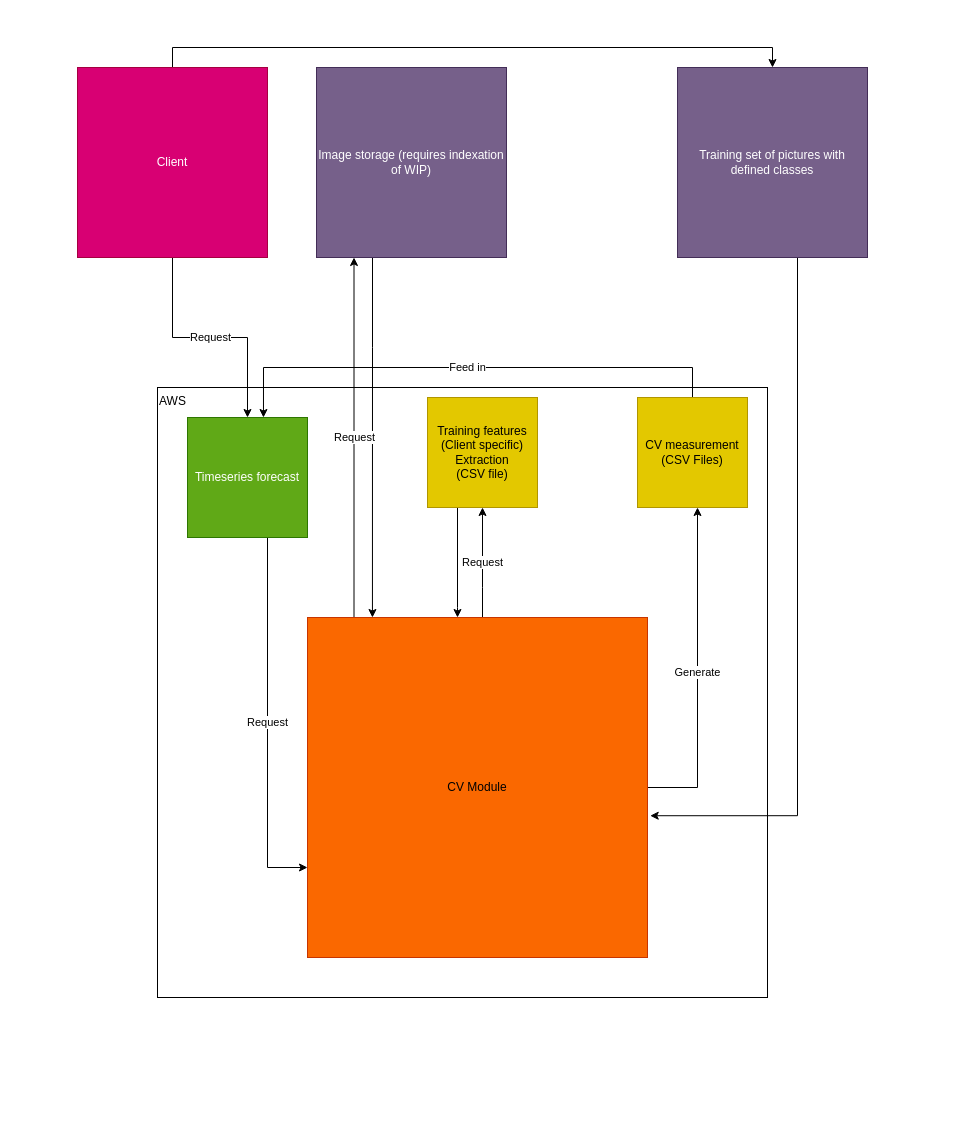
Above: Untitled Diagram.drawio in AlexDracis/WIP (draw.io), before the change. Source tidied: cells renumbered, new cells numbered last; positions are measured from the earlier drawing's top-left corner, leaving out a move shared by most shapes. Both pictures are drawn from the tidied source at 100%, with x=0, y=0 at pixel (77, 47).
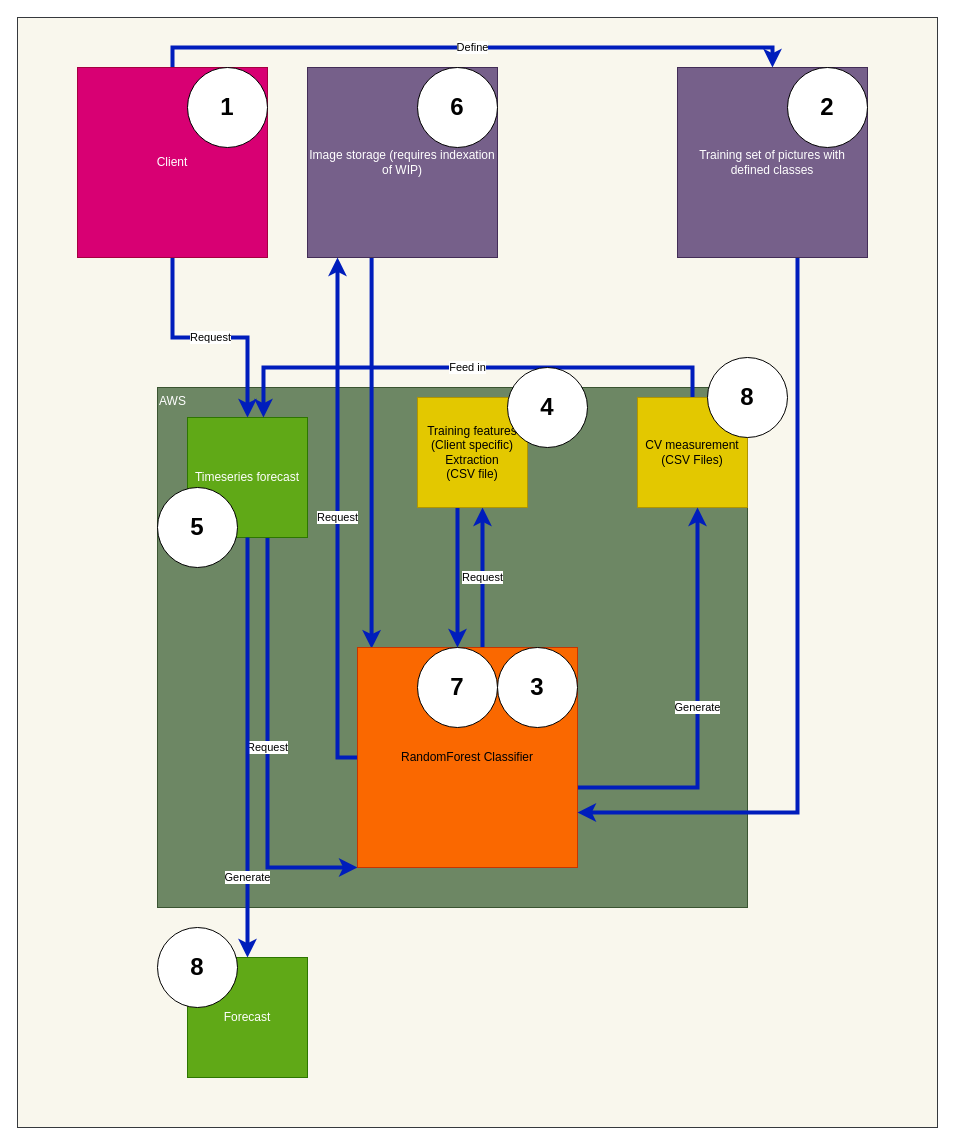
The same page after the edit.

The change refers to these unchanged cells:
```xml
<mxCell id="7" value="Client" style="whiteSpace=wrap;html=1;fillColor=#d80073;fontColor=#ffffff;strokeColor=#A50040;" parent="1" vertex="1">
  <mxGeometry y="20" width="190" height="190" as="geometry" />
</mxCell>
<mxCell id="9" value="Timeseries forecast" style="whiteSpace=wrap;html=1;fillColor=#60a917;fontColor=#ffffff;strokeColor=#2D7600;" parent="1" vertex="1">
  <mxGeometry x="110" y="370" width="120" height="120" as="geometry" />
</mxCell>
<mxCell id="11" value="CV measurement (CSV Files)" style="whiteSpace=wrap;html=1;fillColor=#e3c800;fontColor=#000000;strokeColor=#B09500;" parent="1" vertex="1">
  <mxGeometry x="560" y="350" width="110" height="110" as="geometry" />
</mxCell>
<mxCell id="19" value="Training set of pictures with defined classes" style="whiteSpace=wrap;html=1;fillColor=#76608a;fontColor=#ffffff;strokeColor=#432D57;" parent="1" vertex="1">
  <mxGeometry x="600" y="20" width="190" height="190" as="geometry" />
</mxCell>
```

Diff of the diagram source:
```diff
@@
+    <mxCell id="20" style="rounded=0;whiteSpace=wrap;html=1;fillColor=#f9f7ed;strokeColor=#36393d;" parent="1" vertex="1">
+      <mxGeometry x="-60" y="-30" width="920" height="1110" as="geometry" />
+    </mxCell>
-    <mxCell id="2" value="AWS" style="whiteSpace=wrap;html=1;align=left;verticalAlign=top;" parent="1" vertex="1">
-      <mxGeometry x="80" y="340" width="610" height="610" as="geometry" />
+    <mxCell id="2" value="AWS" style="whiteSpace=wrap;html=1;align=left;verticalAlign=top;fillColor=#6d8764;fontColor=#ffffff;strokeColor=#3A5431;" parent="1" vertex="1">
+      <mxGeometry x="80" y="340" width="590" height="520" as="geometry" />
     </mxCell>
-    <mxCell id="3" style="edgeStyle=orthogonalEdgeStyle;rounded=0;jettySize=auto;html=1;entryX=0.191;entryY=0;entryDx=0;entryDy=0;entryPerimeter=0;" parent="1" edge="1" source="4" target="15">
+    <mxCell id="3" style="edgeStyle=orthogonalEdgeStyle;rounded=0;jettySize=auto;html=1;entryX=0.064;entryY=0.005;entryDx=0;entryDy=0;entryPerimeter=0;fillColor=#0050ef;strokeColor=#001DBC;strokeWidth=4;" parent="1" edge="1" source="4" target="15">
       <mxGeometry relative="1" as="geometry">
         <Array as="points">
-          <mxPoint x="295" y="300" />
           <mxPoint x="295" y="300" />
         </Array>
       </mxGeometry>
     </mxCell>
     <mxCell id="4" value="Image storage (requires indexation of WIP)" style="whiteSpace=wrap;html=1;fillColor=#76608a;fontColor=#ffffff;strokeColor=#432D57;" parent="1" vertex="1">
-      <mxGeometry x="239" y="20" width="190" height="190" as="geometry" />
+      <mxGeometry x="230" y="20" width="190" height="190" as="geometry" />
     </mxCell>
-    <mxCell id="5" value="Request" style="edgeStyle=orthogonalEdgeStyle;rounded=0;jettySize=auto;html=1;" parent="1" edge="1" source="7" target="9">
+    <mxCell id="5" value="Request" style="edgeStyle=orthogonalEdgeStyle;rounded=0;jettySize=auto;html=1;fillColor=#0050ef;strokeColor=#001DBC;strokeWidth=4;" parent="1" edge="1" source="7" target="9">
       <mxGeometry relative="1" as="geometry" />
     </mxCell>
-    <mxCell id="6" style="edgeStyle=orthogonalEdgeStyle;rounded=0;jettySize=auto;html=1;entryX=0.5;entryY=0;entryDx=0;entryDy=0;" parent="1" edge="1" source="7" target="19">
+    <mxCell id="6" value="Define" style="edgeStyle=orthogonalEdgeStyle;rounded=0;jettySize=auto;html=1;entryX=0.5;entryY=0;entryDx=0;entryDy=0;fillColor=#0050ef;strokeColor=#001DBC;strokeWidth=4;" parent="1" edge="1" source="7" target="19">
       <mxGeometry relative="1" as="geometry">
         <Array as="points">
           <mxPoint x="95" />
           <mxPoint x="695" />
         </Array>
       </mxGeometry>
     </mxCell>
@@
-    <mxCell id="8" value="Request" style="edgeStyle=orthogonalEdgeStyle;rounded=0;jettySize=auto;html=1;" parent="1" edge="1" source="9" target="15">
+    <mxCell id="8" value="Request" style="edgeStyle=orthogonalEdgeStyle;rounded=0;jettySize=auto;html=1;fillColor=#0050ef;strokeColor=#001DBC;strokeWidth=4;" parent="1" edge="1" source="9" target="15">
       <mxGeometry relative="1" as="geometry">
         <Array as="points">
           <mxPoint x="190" y="820" />
         </Array>
       </mxGeometry>
     </mxCell>
@@
-    <mxCell id="10" value="Feed in" style="edgeStyle=orthogonalEdgeStyle;rounded=0;jettySize=auto;html=1;entryX=0.633;entryY=0;entryDx=0;entryDy=0;entryPerimeter=0;" parent="1" edge="1" source="11" target="9">
+    <mxCell id="10" value="Feed in" style="edgeStyle=orthogonalEdgeStyle;rounded=0;jettySize=auto;html=1;entryX=0.633;entryY=0;entryDx=0;entryDy=0;entryPerimeter=0;fillColor=#0050ef;strokeColor=#001DBC;strokeWidth=4;" parent="1" edge="1" source="11" target="9">
       <mxGeometry relative="1" as="geometry">
         <Array as="points">
           <mxPoint x="615" y="320" />
           <mxPoint x="186" y="320" />
         </Array>
       </mxGeometry>
     </mxCell>
@@
-    <mxCell id="12" value="Generate" style="edgeStyle=orthogonalEdgeStyle;rounded=0;jettySize=auto;html=1;" parent="1" edge="1" source="15" target="11">
+    <mxCell id="12" value="Generate" style="edgeStyle=orthogonalEdgeStyle;rounded=0;jettySize=auto;html=1;fillColor=#0050ef;strokeColor=#001DBC;strokeWidth=4;" parent="1" edge="1" source="15" target="11">
       <mxGeometry relative="1" as="geometry">
         <Array as="points">
           <mxPoint x="620" y="740" />
         </Array>
       </mxGeometry>
     </mxCell>
-    <mxCell id="13" value="Request" style="edgeStyle=orthogonalEdgeStyle;rounded=0;orthogonalLoop=1;jettySize=auto;html=1;entryX=0.25;entryY=1;entryDx=0;entryDy=0;" parent="1" edge="1">
+    <mxCell id="13" value="Request" style="edgeStyle=orthogonalEdgeStyle;rounded=0;jettySize=auto;html=1;exitX=0;exitY=0.5;exitDx=0;exitDy=0;fillColor=#0050ef;strokeColor=#001DBC;strokeWidth=4;" parent="1" edge="1" source="15" target="4">
       <mxGeometry relative="1" as="geometry">
-        <mxPoint x="276.5" y="570" as="sourcePoint" />
-        <mxPoint x="276.5" y="210" as="targetPoint" />
         <Array as="points">
-          <mxPoint x="277" y="390" />
+          <mxPoint x="260" y="710" />
         </Array>
       </mxGeometry>
     </mxCell>
-    <mxCell id="14" value="Request" style="edgeStyle=orthogonalEdgeStyle;rounded=0;jettySize=auto;html=1;" parent="1" edge="1" source="15" target="17">
+    <mxCell id="14" value="Request" style="edgeStyle=orthogonalEdgeStyle;rounded=0;jettySize=auto;html=1;fillColor=#0050ef;strokeColor=#001DBC;strokeWidth=4;" parent="1" edge="1" source="15" target="17">
       <mxGeometry relative="1" as="geometry">
         <Array as="points">
           <mxPoint x="405" y="540" />
           <mxPoint x="405" y="540" />
         </Array>
       </mxGeometry>
     </mxCell>
-    <mxCell id="15" value="CV Module" style="whiteSpace=wrap;html=1;fillColor=#fa6800;fontColor=#000000;strokeColor=#C73500;" parent="1" vertex="1">
-      <mxGeometry x="230" y="570" width="340" height="340" as="geometry" />
+    <mxCell id="15" value="RandomForest Classifier" style="whiteSpace=wrap;html=1;fillColor=#fa6800;fontColor=#000000;strokeColor=#C73500;" parent="1" vertex="1">
+      <mxGeometry x="280" y="600" width="220" height="220" as="geometry" />
     </mxCell>
-    <mxCell id="16" style="edgeStyle=orthogonalEdgeStyle;rounded=0;jettySize=auto;html=1;" parent="1" edge="1" source="17" target="15">
+    <mxCell id="16" style="edgeStyle=orthogonalEdgeStyle;rounded=0;jettySize=auto;html=1;fillColor=#0050ef;strokeColor=#001DBC;strokeWidth=4;" parent="1" edge="1" source="17" target="15">
       <mxGeometry relative="1" as="geometry">
         <Array as="points">
           <mxPoint x="380" y="560" />
           <mxPoint x="380" y="560" />
         </Array>
       </mxGeometry>
     </mxCell>
     <mxCell id="17" value="Training features (Client specific) Extraction&lt;br&gt;(CSV file)" style="whiteSpace=wrap;html=1;fillColor=#e3c800;fontColor=#000000;strokeColor=#B09500;" parent="1" vertex="1">
-      <mxGeometry x="350" y="350" width="110" height="110" as="geometry" />
+      <mxGeometry x="340" y="350" width="110" height="110" as="geometry" />
     </mxCell>
-    <mxCell id="18" style="edgeStyle=orthogonalEdgeStyle;rounded=0;jettySize=auto;html=1;entryX=1.008;entryY=0.583;entryDx=0;entryDy=0;entryPerimeter=0;" parent="1" edge="1" source="19" target="15">
+    <mxCell id="18" style="edgeStyle=orthogonalEdgeStyle;rounded=0;jettySize=auto;html=1;entryX=1;entryY=0.75;entryDx=0;entryDy=0;fillColor=#0050ef;strokeColor=#001DBC;strokeWidth=4;" parent="1" edge="1" source="19" target="15">
       <mxGeometry relative="1" as="geometry">
         <Array as="points">
-          <mxPoint x="720" y="768" />
+          <mxPoint x="720" y="765" />
         </Array>
       </mxGeometry>
     </mxCell>
@@
+    <mxCell id="21" value="&lt;h1&gt;1&lt;/h1&gt;" style="ellipse;whiteSpace=wrap;html=1;" parent="1" vertex="1">
+      <mxGeometry x="110" y="20" width="80" height="80" as="geometry" />
+    </mxCell>
+    <mxCell id="22" value="&lt;h1&gt;2&lt;/h1&gt;" style="ellipse;whiteSpace=wrap;html=1;" parent="1" vertex="1">
+      <mxGeometry x="710" y="20" width="80" height="80" as="geometry" />
+    </mxCell>
+    <mxCell id="23" value="&lt;h1&gt;3&lt;/h1&gt;" style="ellipse;whiteSpace=wrap;html=1;" parent="1" vertex="1">
+      <mxGeometry x="420" y="600" width="80" height="80" as="geometry" />
+    </mxCell>
+    <mxCell id="24" value="&lt;h1&gt;4&lt;/h1&gt;" style="ellipse;whiteSpace=wrap;html=1;" parent="1" vertex="1">
+      <mxGeometry x="430" y="320" width="80" height="80" as="geometry" />
+    </mxCell>
+    <mxCell id="25" value="&lt;h1&gt;6&lt;/h1&gt;" style="ellipse;whiteSpace=wrap;html=1;" parent="1" vertex="1">
+      <mxGeometry x="340" y="20" width="80" height="80" as="geometry" />
+    </mxCell>
+    <mxCell id="26" value="&lt;h1&gt;7&lt;/h1&gt;" style="ellipse;whiteSpace=wrap;html=1;" parent="1" vertex="1">
+      <mxGeometry x="340" y="600" width="80" height="80" as="geometry" />
+    </mxCell>
+    <mxCell id="27" value="&lt;h1&gt;5&lt;/h1&gt;" style="ellipse;whiteSpace=wrap;html=1;" parent="1" vertex="1">
+      <mxGeometry x="80" y="440" width="80" height="80" as="geometry" />
+    </mxCell>
+    <mxCell id="28" value="&lt;h1&gt;8&lt;/h1&gt;" style="ellipse;whiteSpace=wrap;html=1;" parent="1" vertex="1">
+      <mxGeometry x="630" y="310" width="80" height="80" as="geometry" />
+    </mxCell>
+    <mxCell id="29" value="Generate" style="edgeStyle=orthogonalEdgeStyle;rounded=0;jettySize=auto;html=1;exitX=0.5;exitY=1;exitDx=0;exitDy=0;fillColor=#0050ef;strokeColor=#001DBC;strokeWidth=4;" parent="1" edge="1" source="9">
+      <mxGeometry x="0.62" relative="1" as="geometry">
+        <mxPoint x="170" y="910" as="targetPoint" />
+      </mxGeometry>
+    </mxCell>
+    <mxCell id="30" value="Forecast" style="whiteSpace=wrap;html=1;fillColor=#60a917;fontColor=#ffffff;strokeColor=#2D7600;" parent="1" vertex="1">
+      <mxGeometry x="110" y="910" width="120" height="120" as="geometry" />
+    </mxCell>
+    <mxCell id="31" value="&lt;h1&gt;8&lt;/h1&gt;" style="ellipse;whiteSpace=wrap;html=1;" parent="1" vertex="1">
+      <mxGeometry x="80" y="880" width="80" height="80" as="geometry" />
+    </mxCell>
```
